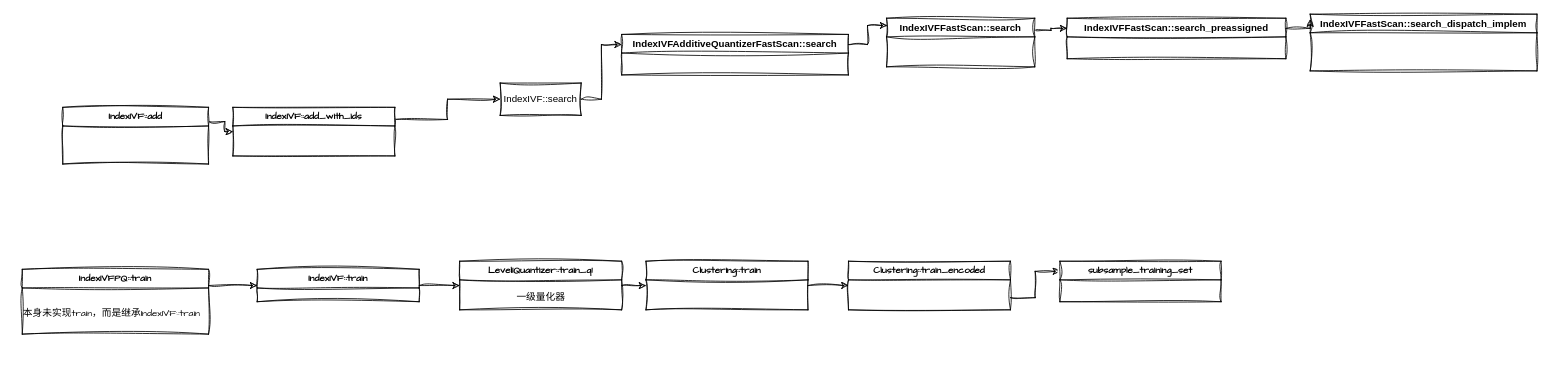
beijingqiuchang/drawio keeps this draw.io diagram as faiss.drawio. Above is the earlier version. Source tidied: cells renumbered, new cells numbered last; positions are measured from the earlier drawing's top-left corner, leaving out a move shared by most shapes. Both pictures are drawn from the tidied source at 81%, with x=0, y=0 at pixel (14, 14).
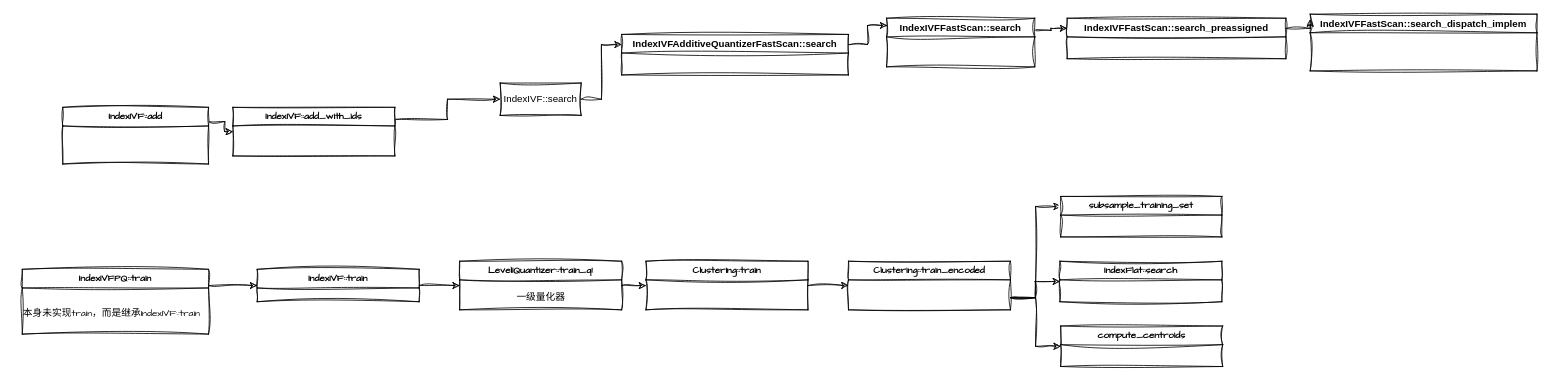
The same page after the edit.

The change refers to these unchanged cells:
```xml
<mxCell id="26" value="Clustering::train_encoded" style="swimlane;whiteSpace=wrap;html=1;sketch=1;hachureGap=4;jiggle=2;curveFitting=1;fontFamily=Architects Daughter;" parent="1" vertex="1">
  <mxGeometry x="1030" y="305" width="200" height="60" as="geometry" />
</mxCell>
```

Change to the diagram source:
```diff
@@
+    <mxCell id="28" style="edgeStyle=orthogonalEdgeStyle;rounded=0;sketch=1;hachureGap=4;jiggle=2;curveFitting=1;jettySize=auto;html=1;exitX=1;exitY=0.75;exitDx=0;exitDy=0;entryX=0;entryY=0.5;entryDx=0;entryDy=0;fontFamily=Architects Daughter;" parent="1" edge="1" source="26" target="30">
+      <mxGeometry relative="1" as="geometry" />
+    </mxCell>
+    <mxCell id="29" style="edgeStyle=orthogonalEdgeStyle;rounded=0;sketch=1;hachureGap=4;jiggle=2;curveFitting=1;jettySize=auto;html=1;exitX=1;exitY=0.75;exitDx=0;exitDy=0;entryX=0;entryY=0.5;entryDx=0;entryDy=0;fontFamily=Architects Daughter;" parent="1" edge="1" source="26" target="31">
+      <mxGeometry relative="1" as="geometry" />
+    </mxCell>
@@
     <mxCell id="27" value="subsample_training_set" style="swimlane;whiteSpace=wrap;html=1;sketch=1;hachureGap=4;jiggle=2;curveFitting=1;fontFamily=Architects Daughter;" parent="1" vertex="1">
-      <mxGeometry x="1291" y="305" width="199" height="50" as="geometry" />
+      <mxGeometry x="1292" y="225" width="199" height="50" as="geometry" />
     </mxCell>
+    <mxCell id="30" value="IndexFlat::search" style="swimlane;whiteSpace=wrap;html=1;sketch=1;hachureGap=4;jiggle=2;curveFitting=1;fontFamily=Architects Daughter;" parent="1" vertex="1">
+      <mxGeometry x="1291" y="305" width="200" height="50" as="geometry" />
+    </mxCell>
+    <mxCell id="31" value="compute_centroids" style="swimlane;whiteSpace=wrap;html=1;sketch=1;hachureGap=4;jiggle=2;curveFitting=1;fontFamily=Architects Daughter;" parent="1" vertex="1">
+      <mxGeometry x="1292" y="385" width="200" height="50" as="geometry" />
+    </mxCell>
```
